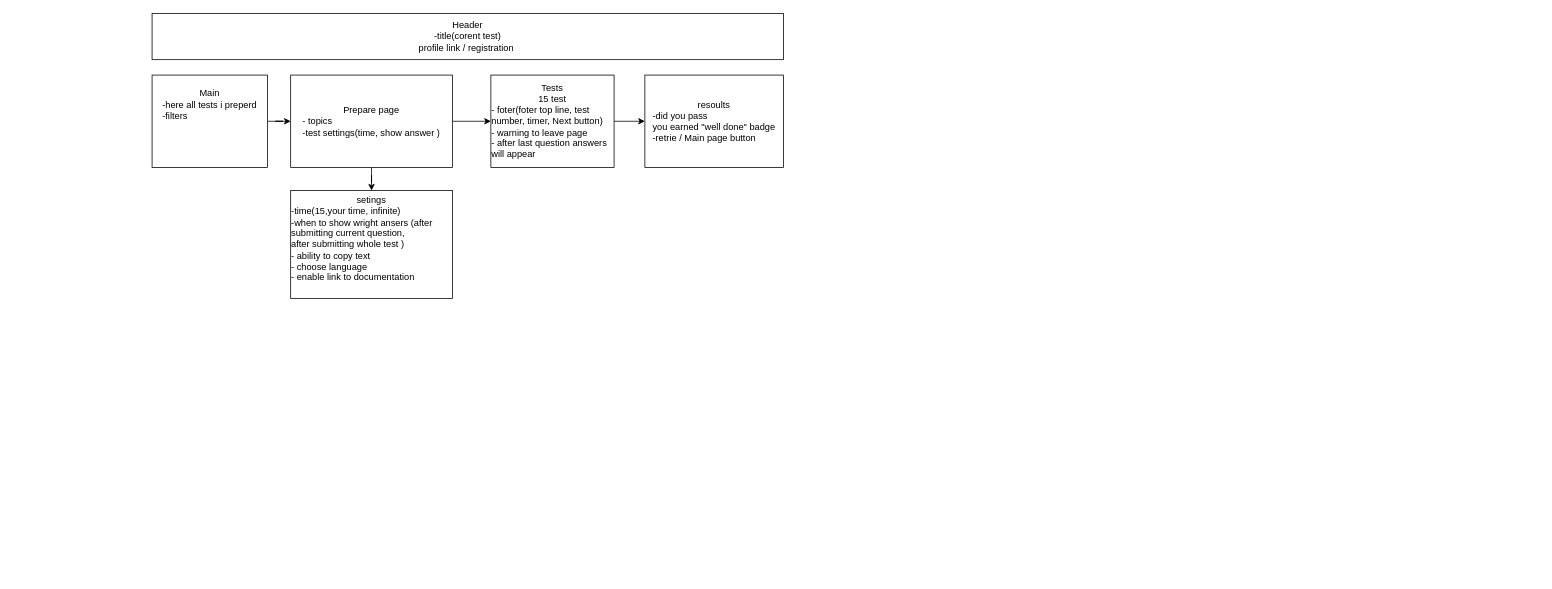
Anti-RakPro/Skill_Assessments keeps this draw.io diagram as src/desing/web page plan.drawio. Above is the earlier version. Source tidied: cells renumbered, new cells numbered last; positions are measured from the earlier drawing's top-left corner, leaving out a move shared by most shapes. Both pictures are drawn from the tidied source at 77%, with x=0, y=0 at pixel (152, 13).
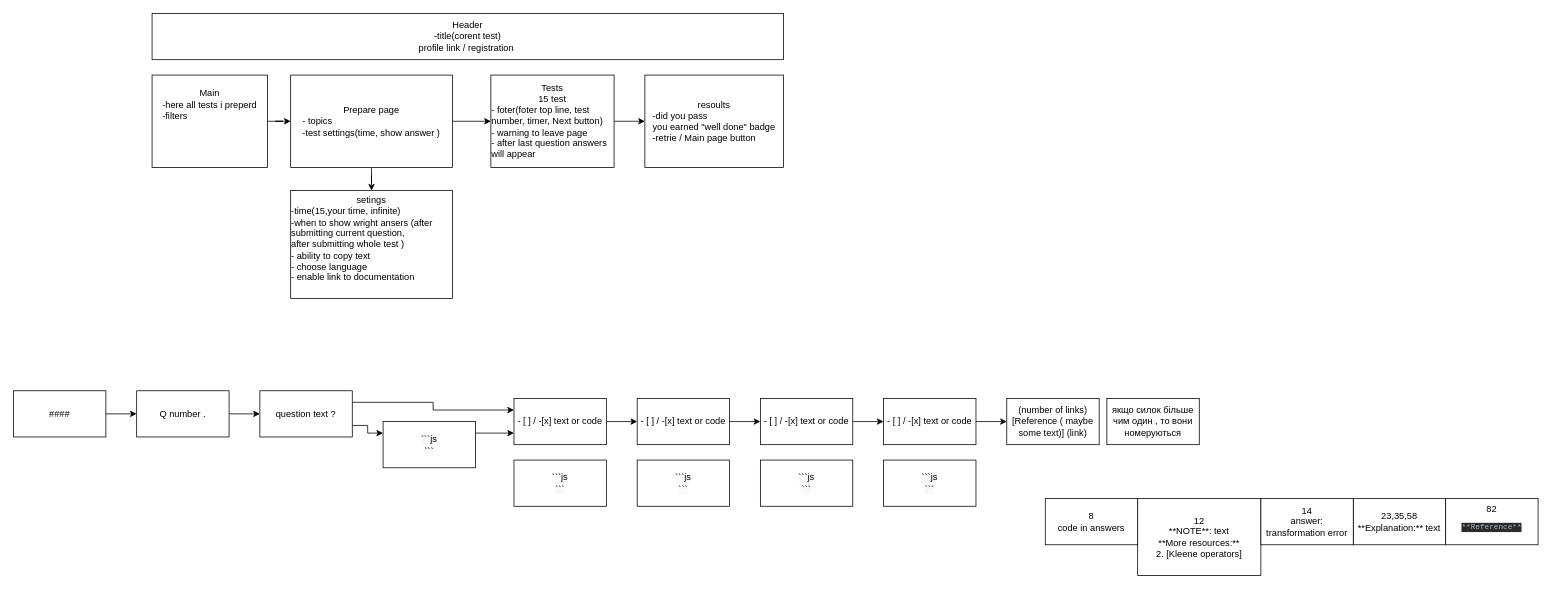
Above is the later version.

Diff of the diagram source:
````diff
@@
+    <mxCell id="12" style="edgeStyle=orthogonalEdgeStyle;rounded=0;jettySize=auto;html=1;entryX=0;entryY=0.5;entryDx=0;entryDy=0;" parent="1" edge="1" source="13" target="15">
+      <mxGeometry relative="1" as="geometry" />
+    </mxCell>
+    <mxCell id="13" value="####" style="whiteSpace=wrap;html=1;" parent="1" vertex="1">
+      <mxGeometry x="-180" y="490" width="120" height="60" as="geometry" />
+    </mxCell>
+    <mxCell id="14" style="edgeStyle=orthogonalEdgeStyle;rounded=0;jettySize=auto;html=1;entryX=0;entryY=0.5;entryDx=0;entryDy=0;" parent="1" edge="1" source="15" target="18">
+      <mxGeometry relative="1" as="geometry" />
+    </mxCell>
+    <mxCell id="15" value="Q number ." style="whiteSpace=wrap;html=1;" parent="1" vertex="1">
+      <mxGeometry x="-20" y="490" width="120" height="60" as="geometry" />
+    </mxCell>
+    <mxCell id="16" style="edgeStyle=orthogonalEdgeStyle;rounded=0;jettySize=auto;html=1;exitX=1;exitY=0.75;exitDx=0;exitDy=0;entryX=0;entryY=0.25;entryDx=0;entryDy=0;" parent="1" edge="1" source="18" target="20">
+      <mxGeometry relative="1" as="geometry" />
+    </mxCell>
+    <mxCell id="17" style="edgeStyle=orthogonalEdgeStyle;rounded=0;jettySize=auto;html=1;exitX=1;exitY=0.25;exitDx=0;exitDy=0;entryX=0;entryY=0.25;entryDx=0;entryDy=0;" parent="1" edge="1" source="18" target="22">
+      <mxGeometry relative="1" as="geometry" />
+    </mxCell>
+    <mxCell id="18" value="question text ?" style="whiteSpace=wrap;html=1;" parent="1" vertex="1">
+      <mxGeometry x="140" y="490" width="120" height="60" as="geometry" />
+    </mxCell>
+    <mxCell id="19" style="edgeStyle=orthogonalEdgeStyle;rounded=0;jettySize=auto;html=1;exitX=1;exitY=0.25;exitDx=0;exitDy=0;entryX=0;entryY=0.75;entryDx=0;entryDy=0;" parent="1" edge="1" source="20" target="22">
+      <mxGeometry relative="1" as="geometry" />
+    </mxCell>
+    <mxCell id="20" value="&#10;&#10;&lt;span style=&quot;color: rgb(0, 0, 0); font-family: helvetica; font-size: 12px; font-style: normal; font-weight: 400; letter-spacing: normal; text-align: center; text-indent: 0px; text-transform: none; word-spacing: 0px; background-color: rgb(248, 249, 250); display: inline; float: none;&quot;&gt;```js&lt;/span&gt;&lt;br style=&quot;color: rgb(0, 0, 0); font-family: helvetica; font-size: 12px; font-style: normal; font-weight: 400; letter-spacing: normal; text-align: center; text-indent: 0px; text-transform: none; word-spacing: 0px; background-color: rgb(248, 249, 250);&quot;&gt;&lt;span style=&quot;color: rgb(0, 0, 0); font-family: helvetica; font-size: 12px; font-style: normal; font-weight: 400; letter-spacing: normal; text-align: center; text-indent: 0px; text-transform: none; word-spacing: 0px; background-color: rgb(248, 249, 250); display: inline; float: none;&quot;&gt;```&lt;/span&gt;&#10;&#10;" style="whiteSpace=wrap;html=1;" parent="1" vertex="1">
+      <mxGeometry x="300" y="530" width="120" height="60" as="geometry" />
+    </mxCell>
+    <mxCell id="21" style="edgeStyle=orthogonalEdgeStyle;rounded=0;jettySize=auto;html=1;exitX=1;exitY=0.5;exitDx=0;exitDy=0;entryX=0;entryY=0.5;entryDx=0;entryDy=0;fontColor=#FF3333;" parent="1" edge="1" source="22" target="25">
+      <mxGeometry relative="1" as="geometry" />
+    </mxCell>
+    <mxCell id="22" value="- [ ] / -[x] text or code" style="whiteSpace=wrap;html=1;" parent="1" vertex="1">
+      <mxGeometry x="470" y="500" width="120" height="60" as="geometry" />
+    </mxCell>
+    <mxCell id="23" value="(number of links) [Reference ( maybe some text)] (link)" style="whiteSpace=wrap;html=1;" parent="1" vertex="1">
+      <mxGeometry x="1110" y="500" width="120" height="60" as="geometry" />
+    </mxCell>
+    <mxCell id="24" style="edgeStyle=orthogonalEdgeStyle;rounded=0;jettySize=auto;html=1;exitX=1;exitY=0.5;exitDx=0;exitDy=0;entryX=0;entryY=0.5;entryDx=0;entryDy=0;fontColor=#FF3333;" parent="1" edge="1" source="25" target="27">
+      <mxGeometry relative="1" as="geometry" />
+    </mxCell>
+    <mxCell id="25" value="- [ ] / -[x] text or code" style="whiteSpace=wrap;html=1;" parent="1" vertex="1">
+      <mxGeometry x="630" y="500" width="120" height="60" as="geometry" />
+    </mxCell>
+    <mxCell id="26" style="edgeStyle=orthogonalEdgeStyle;rounded=0;jettySize=auto;html=1;exitX=1;exitY=0.5;exitDx=0;exitDy=0;entryX=0;entryY=0.5;entryDx=0;entryDy=0;fontColor=#FF3333;" parent="1" edge="1" source="27" target="29">
+      <mxGeometry relative="1" as="geometry" />
+    </mxCell>
+    <mxCell id="27" value="- [ ] / -[x] text or code" style="whiteSpace=wrap;html=1;" parent="1" vertex="1">
+      <mxGeometry x="790" y="500" width="120" height="60" as="geometry" />
+    </mxCell>
+    <mxCell id="28" style="edgeStyle=orthogonalEdgeStyle;rounded=0;jettySize=auto;html=1;exitX=1;exitY=0.5;exitDx=0;exitDy=0;entryX=0;entryY=0.5;entryDx=0;entryDy=0;fontColor=#FF3333;" parent="1" edge="1" source="29" target="23">
+      <mxGeometry relative="1" as="geometry" />
+    </mxCell>
+    <mxCell id="29" value="- [ ] / -[x] text or code" style="whiteSpace=wrap;html=1;" parent="1" vertex="1">
+      <mxGeometry x="950" y="500" width="120" height="60" as="geometry" />
+    </mxCell>
+    <mxCell id="30" value="&#10;&#10;&lt;span style=&quot;color: rgb(0, 0, 0); font-family: helvetica; font-size: 12px; font-style: normal; font-weight: 400; letter-spacing: normal; text-align: center; text-indent: 0px; text-transform: none; word-spacing: 0px; background-color: rgb(248, 249, 250); display: inline; float: none;&quot;&gt;```js&lt;/span&gt;&lt;br style=&quot;color: rgb(0, 0, 0); font-family: helvetica; font-size: 12px; font-style: normal; font-weight: 400; letter-spacing: normal; text-align: center; text-indent: 0px; text-transform: none; word-spacing: 0px; background-color: rgb(248, 249, 250);&quot;&gt;&lt;span style=&quot;color: rgb(0, 0, 0); font-family: helvetica; font-size: 12px; font-style: normal; font-weight: 400; letter-spacing: normal; text-align: center; text-indent: 0px; text-transform: none; word-spacing: 0px; background-color: rgb(248, 249, 250); display: inline; float: none;&quot;&gt;```&lt;/span&gt;&#10;&#10;" style="whiteSpace=wrap;html=1;" parent="1" vertex="1">
+      <mxGeometry x="470" y="580" width="120" height="60" as="geometry" />
+    </mxCell>
+    <mxCell id="31" value="&#10;&#10;&lt;span style=&quot;color: rgb(0, 0, 0); font-family: helvetica; font-size: 12px; font-style: normal; font-weight: 400; letter-spacing: normal; text-align: center; text-indent: 0px; text-transform: none; word-spacing: 0px; background-color: rgb(248, 249, 250); display: inline; float: none;&quot;&gt;```js&lt;/span&gt;&lt;br style=&quot;color: rgb(0, 0, 0); font-family: helvetica; font-size: 12px; font-style: normal; font-weight: 400; letter-spacing: normal; text-align: center; text-indent: 0px; text-transform: none; word-spacing: 0px; background-color: rgb(248, 249, 250);&quot;&gt;&lt;span style=&quot;color: rgb(0, 0, 0); font-family: helvetica; font-size: 12px; font-style: normal; font-weight: 400; letter-spacing: normal; text-align: center; text-indent: 0px; text-transform: none; word-spacing: 0px; background-color: rgb(248, 249, 250); display: inline; float: none;&quot;&gt;```&lt;/span&gt;&#10;&#10;" style="whiteSpace=wrap;html=1;" parent="1" vertex="1">
+      <mxGeometry x="630" y="580" width="120" height="60" as="geometry" />
+    </mxCell>
+    <mxCell id="32" value="&#10;&#10;&lt;span style=&quot;color: rgb(0, 0, 0); font-family: helvetica; font-size: 12px; font-style: normal; font-weight: 400; letter-spacing: normal; text-align: center; text-indent: 0px; text-transform: none; word-spacing: 0px; background-color: rgb(248, 249, 250); display: inline; float: none;&quot;&gt;```js&lt;/span&gt;&lt;br style=&quot;color: rgb(0, 0, 0); font-family: helvetica; font-size: 12px; font-style: normal; font-weight: 400; letter-spacing: normal; text-align: center; text-indent: 0px; text-transform: none; word-spacing: 0px; background-color: rgb(248, 249, 250);&quot;&gt;&lt;span style=&quot;color: rgb(0, 0, 0); font-family: helvetica; font-size: 12px; font-style: normal; font-weight: 400; letter-spacing: normal; text-align: center; text-indent: 0px; text-transform: none; word-spacing: 0px; background-color: rgb(248, 249, 250); display: inline; float: none;&quot;&gt;```&lt;/span&gt;&#10;&#10;" style="whiteSpace=wrap;html=1;" parent="1" vertex="1">
+      <mxGeometry x="790" y="580" width="120" height="60" as="geometry" />
+    </mxCell>
+    <mxCell id="33" value="&#10;&#10;&lt;span style=&quot;color: rgb(0, 0, 0); font-family: helvetica; font-size: 12px; font-style: normal; font-weight: 400; letter-spacing: normal; text-align: center; text-indent: 0px; text-transform: none; word-spacing: 0px; background-color: rgb(248, 249, 250); display: inline; float: none;&quot;&gt;```js&lt;/span&gt;&lt;br style=&quot;color: rgb(0, 0, 0); font-family: helvetica; font-size: 12px; font-style: normal; font-weight: 400; letter-spacing: normal; text-align: center; text-indent: 0px; text-transform: none; word-spacing: 0px; background-color: rgb(248, 249, 250);&quot;&gt;&lt;span style=&quot;color: rgb(0, 0, 0); font-family: helvetica; font-size: 12px; font-style: normal; font-weight: 400; letter-spacing: normal; text-align: center; text-indent: 0px; text-transform: none; word-spacing: 0px; background-color: rgb(248, 249, 250); display: inline; float: none;&quot;&gt;```&lt;/span&gt;&#10;&#10;" style="whiteSpace=wrap;html=1;" parent="1" vertex="1">
+      <mxGeometry x="950" y="580" width="120" height="60" as="geometry" />
+    </mxCell>
+    <mxCell id="34" value="12&lt;br&gt;&lt;span class=&quot;message-body-wrapper&quot;&gt;**NOTE**: text&lt;br&gt;**More resources:**&lt;br&gt;&lt;span class=&quot;message-body-wrapper&quot;&gt;&lt;span class=&quot;message-flex-body&quot;&gt;&lt;span class=&quot;message-body devtools-monospace&quot;&gt;&lt;span class=&quot;objectBox objectBox-string&quot;&gt;2. [Kleene operators]&lt;/span&gt;&lt;/span&gt;&lt;/span&gt;&lt;/span&gt;&lt;br&gt;&lt;/span&gt;" style="whiteSpace=wrap;html=1;" parent="1" vertex="1">
+      <mxGeometry x="1280" y="630" width="160" height="100" as="geometry" />
+    </mxCell>
+    <mxCell id="35" value="23,35,58&lt;br&gt;&lt;span class=&quot;message-body-wrapper&quot;&gt;**Explanation:** text&lt;/span&gt;" style="whiteSpace=wrap;html=1;" parent="1" vertex="1">
+      <mxGeometry x="1560" y="630" width="120" height="60" as="geometry" />
+    </mxCell>
+    <mxCell id="36" value="якщо силок більше чим один , то вони номеруються" style="whiteSpace=wrap;html=1;" parent="1" vertex="1">
+      <mxGeometry x="1240" y="500" width="120" height="60" as="geometry" />
+    </mxCell>
+    <mxCell id="37" value="82&lt;br&gt;&lt;pre style=&quot;background-color: #2b2b2b ; color: #a9b7c6 ; font-family: &amp;#34;jetbrains mono&amp;#34; , monospace ; font-size: 7.5pt&quot;&gt;**Reference**&lt;/pre&gt;" style="whiteSpace=wrap;html=1;" parent="1" vertex="1">
+      <mxGeometry x="1680" y="630" width="120" height="60" as="geometry" />
+    </mxCell>
+    <mxCell id="38" value="14&lt;br&gt;answer: transformation error" style="whiteSpace=wrap;html=1;" parent="1" vertex="1">
+      <mxGeometry x="1440" y="630" width="120" height="60" as="geometry" />
+    </mxCell>
+    <mxCell id="39" value="8&lt;br&gt;code in answers" style="whiteSpace=wrap;html=1;" parent="1" vertex="1">
+      <mxGeometry x="1160" y="630" width="120" height="60" as="geometry" />
+    </mxCell>
````
